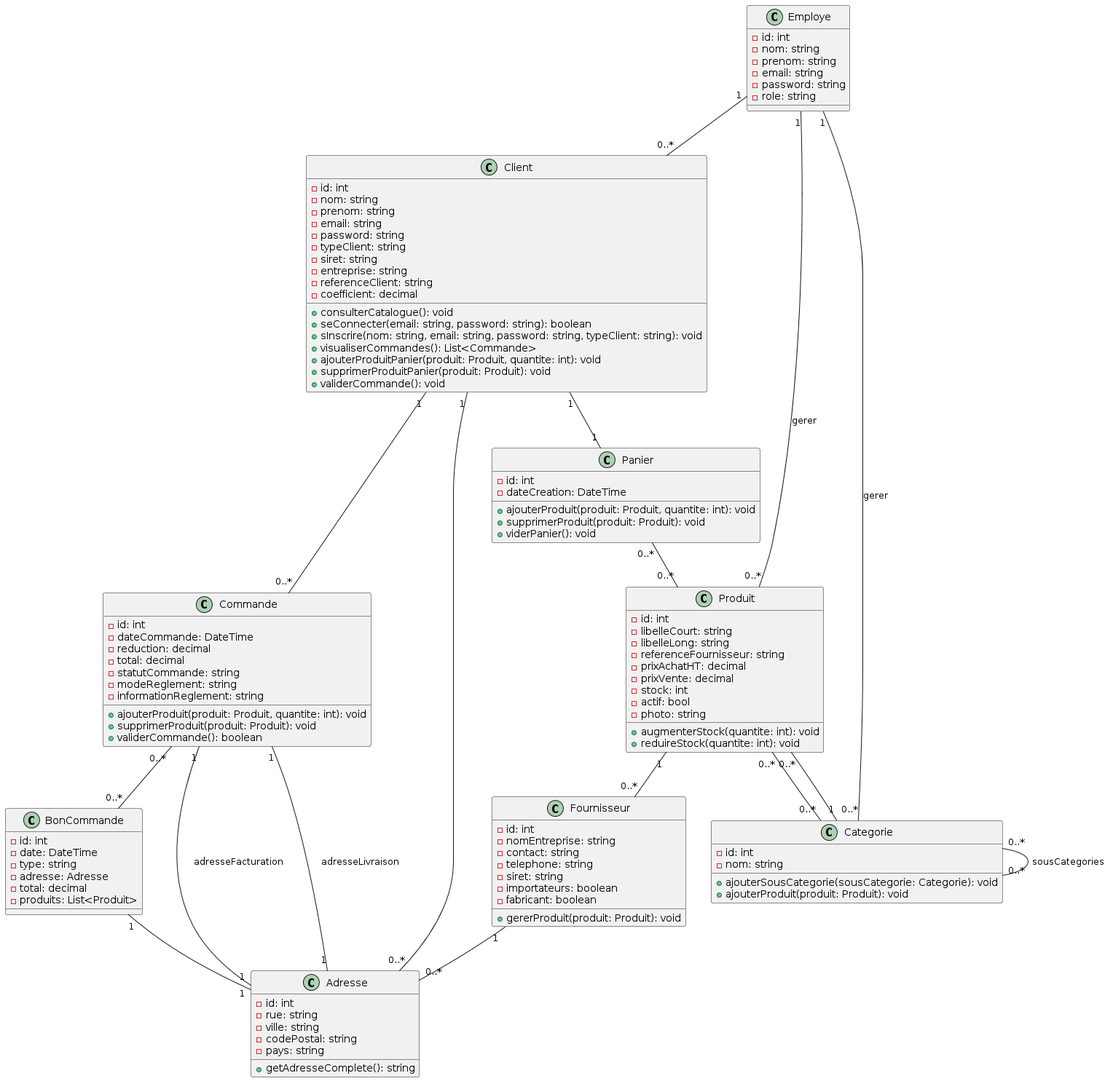
Before: modelisation/diagramme_classe.png, a diagram exported from PlantUML (clemence95/villagegreen).
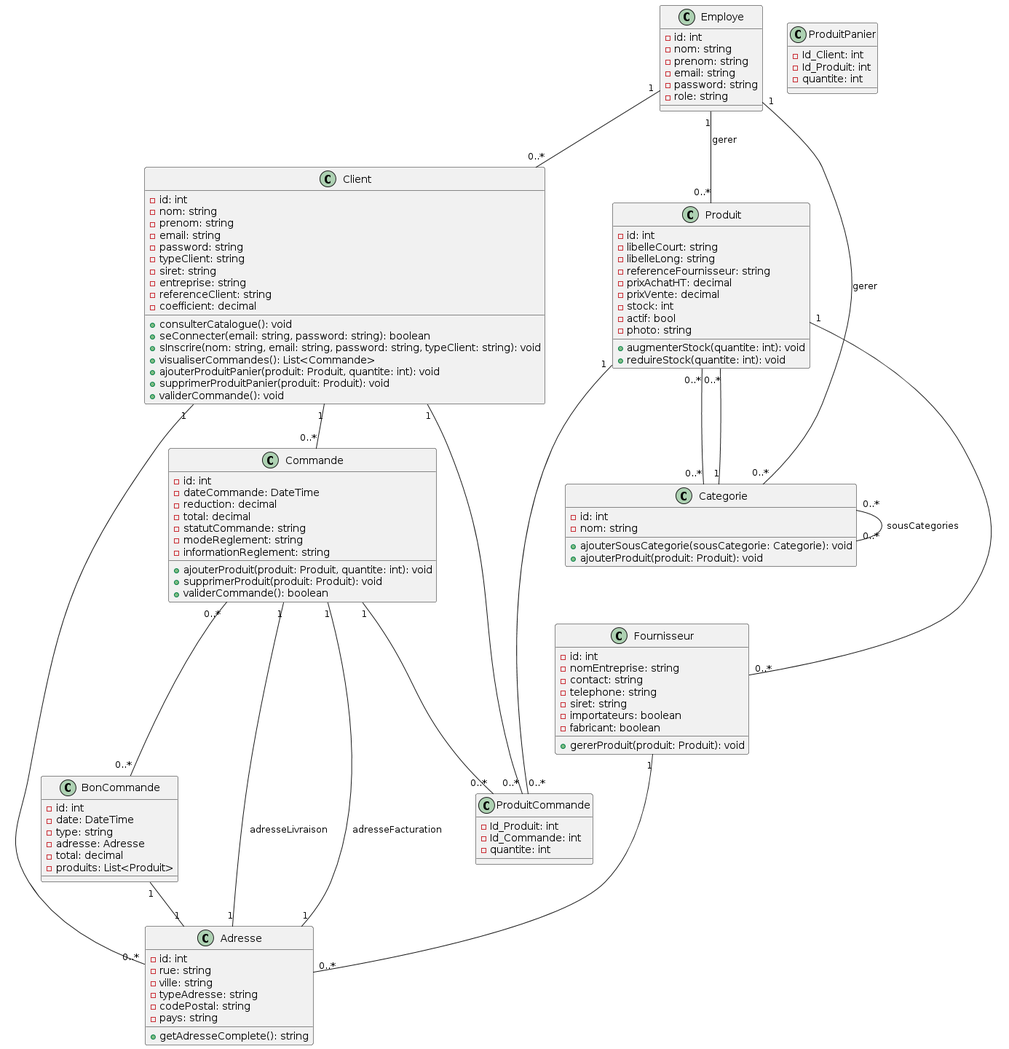
Later version of the same file.

What changed in the source:
```diff
@@ -23,6 +23,7 @@
     - id: int
     - rue: string
     - ville: string
+    - typeAdresse: string
     - codePostal: string
     - pays: string
     + getAdresseComplete(): string
@@ -82,14 +83,6 @@
     + validerCommande(): boolean
 }
 
-class Panier {
-    - id: int
-    - dateCreation: DateTime
-    + ajouterProduit(produit: Produit, quantite: int): void
-    + supprimerProduit(produit: Produit): void
-    + viderPanier(): void
-}
-
 class BonCommande {
     - id: int
     - date: DateTime
@@ -99,11 +92,22 @@
     - produits: List<Produit>
 }
 
+class ProduitCommande {
+    - Id_Produit: int
+    - Id_Commande: int
+    - quantite: int
+}
+
+class ProduitPanier {
+    - Id_Client: int
+    - Id_Produit: int
+    - quantite: int
+}
+
 Client "1" -- "0..*" Commande
 Commande "1" -- "1" Adresse : adresseLivraison
 Commande "1" -- "1" Adresse : adresseFacturation
 Client "1" -- "0..*" Adresse
-Client "1" -- "1" Panier
 Employe "1" -- "0..*" Client
 Employe "1" -- "0..*" Produit : gerer
 Employe "1" -- "0..*" Categorie : gerer
@@ -113,7 +117,10 @@
 Categorie "0..*" -- "0..*" Categorie : sousCategories
 Categorie "1" -- "0..*" Produit
 Fournisseur "1" -- "0..*" Adresse
-Panier "0..*" -- "0..*" Produit
 Commande "0..*" -- "0..*" BonCommande
 BonCommande "1" -- "1" Adresse
+
+Client "1" -- "0..*" ProduitCommande
+Commande "1" -- "0..*" ProduitCommande
+Produit "1" -- "0..*" ProduitCommande
 @enduml
```
